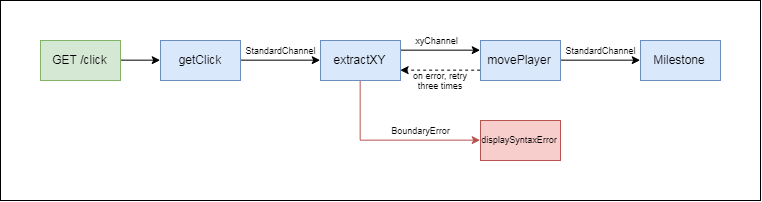
Earlier version of the draw.io export docs/flowExample.png (Emblem21-OpenSource/flownote). Source tidied: cells renumbered, new cells last; positions are measured from the earlier drawing's top-left corner, leaving out a move shared by most shapes. The source it was exported from:
```xml
<mxGraphModel>
  <root>
    <mxCell id="0" />
    <mxCell id="1" parent="0" />
    <mxCell id="2" style="rounded=0;whiteSpace=wrap;html=1;fontSize=9;" parent="1" vertex="1">
      <mxGeometry width="760" height="200" as="geometry" />
    </mxCell>
    <mxCell id="3" style="edgeStyle=orthogonalEdgeStyle;rounded=0;jettySize=auto;html=1;exitX=0.5;exitY=1;exitDx=0;exitDy=0;entryX=0;entryY=0.5;entryDx=0;entryDy=0;fontSize=9;fillColor=#f8cecc;strokeColor=#b85450;" parent="1" edge="1" source="5" target="11">
      <mxGeometry relative="1" as="geometry" />
    </mxCell>
    <mxCell id="4" style="edgeStyle=orthogonalEdgeStyle;rounded=0;jettySize=auto;html=1;exitX=1;exitY=0.25;exitDx=0;exitDy=0;entryX=0;entryY=0.25;entryDx=0;entryDy=0;fontSize=9;" parent="1" edge="1" source="5" target="8">
      <mxGeometry relative="1" as="geometry" />
    </mxCell>
    <mxCell id="5" value="extractXY" style="rounded=0;whiteSpace=wrap;html=1;fillColor=#dae8fc;strokeColor=#6c8ebf;" parent="1" vertex="1">
      <mxGeometry x="320" y="40" width="80" height="40" as="geometry" />
    </mxCell>
    <mxCell id="6" style="edgeStyle=orthogonalEdgeStyle;rounded=0;jettySize=auto;html=1;exitX=1;exitY=0.5;exitDx=0;exitDy=0;entryX=0;entryY=0.5;entryDx=0;entryDy=0;fontSize=9;" parent="1" edge="1" source="8" target="15">
      <mxGeometry relative="1" as="geometry" />
    </mxCell>
    <mxCell id="7" style="edgeStyle=orthogonalEdgeStyle;rounded=0;jettySize=auto;html=1;exitX=0;exitY=0.75;exitDx=0;exitDy=0;entryX=1;entryY=0.75;entryDx=0;entryDy=0;fontSize=9;dashed=1;" parent="1" edge="1" source="8" target="5">
      <mxGeometry relative="1" as="geometry" />
    </mxCell>
    <mxCell id="8" value="movePlayer" style="rounded=0;whiteSpace=wrap;html=1;fillColor=#dae8fc;strokeColor=#6c8ebf;" parent="1" vertex="1">
      <mxGeometry x="480" y="40" width="80" height="40" as="geometry" />
    </mxCell>
    <mxCell id="9" style="edgeStyle=orthogonalEdgeStyle;rounded=0;jettySize=auto;html=1;exitX=1;exitY=0.5;exitDx=0;exitDy=0;entryX=0;entryY=0.5;entryDx=0;entryDy=0;fontSize=9;" parent="1" edge="1" source="10" target="5">
      <mxGeometry relative="1" as="geometry" />
    </mxCell>
    <mxCell id="10" value="getClick" style="rounded=0;whiteSpace=wrap;html=1;fillColor=#dae8fc;strokeColor=#6c8ebf;" parent="1" vertex="1">
      <mxGeometry x="160" y="40" width="80" height="40" as="geometry" />
    </mxCell>
    <mxCell id="11" value="displaySyntaxError" style="rounded=0;whiteSpace=wrap;html=1;fillColor=#f8cecc;strokeColor=#b85450;fontSize=9;" parent="1" vertex="1">
      <mxGeometry x="480" y="120" width="80" height="40" as="geometry" />
    </mxCell>
    <mxCell id="12" value="xyChannel" style="text;html=1;strokeColor=none;fillColor=none;align=center;verticalAlign=middle;whiteSpace=wrap;rounded=0;fontSize=9;" parent="1" vertex="1">
      <mxGeometry x="416" y="30" width="40" height="20" as="geometry" />
    </mxCell>
    <mxCell id="13" value="BoundaryError" style="text;html=1;strokeColor=none;fillColor=none;align=center;verticalAlign=middle;whiteSpace=wrap;rounded=0;fontSize=9;" parent="1" vertex="1">
      <mxGeometry x="400" y="120" width="40" height="20" as="geometry" />
    </mxCell>
    <mxCell id="14" value="StandardChannel" style="text;html=1;strokeColor=none;fillColor=none;align=center;verticalAlign=middle;whiteSpace=wrap;rounded=0;fontSize=9;" parent="1" vertex="1">
      <mxGeometry x="260" y="40" width="40" height="20" as="geometry" />
    </mxCell>
    <mxCell id="15" value="Milestone" style="rounded=0;whiteSpace=wrap;html=1;fillColor=#dae8fc;strokeColor=#6c8ebf;" parent="1" vertex="1">
      <mxGeometry x="640" y="40" width="80" height="40" as="geometry" />
    </mxCell>
    <mxCell id="16" value="StandardChannel" style="text;html=1;strokeColor=none;fillColor=none;align=center;verticalAlign=middle;whiteSpace=wrap;rounded=0;fontSize=9;" parent="1" vertex="1">
      <mxGeometry x="580" y="40" width="40" height="20" as="geometry" />
    </mxCell>
    <mxCell id="17" value="on error, retry three times" style="text;html=1;strokeColor=none;fillColor=none;align=center;verticalAlign=middle;whiteSpace=wrap;rounded=0;fontSize=9;" parent="1" vertex="1">
      <mxGeometry x="410" y="70" width="60" height="20" as="geometry" />
    </mxCell>
    <mxCell id="18" style="edgeStyle=orthogonalEdgeStyle;rounded=0;jettySize=auto;html=1;exitX=1;exitY=0.5;exitDx=0;exitDy=0;entryX=0;entryY=0.5;entryDx=0;entryDy=0;fontSize=9;" parent="1" edge="1" source="19" target="10">
      <mxGeometry relative="1" as="geometry" />
    </mxCell>
    <mxCell id="19" value="GET /click" style="rounded=0;whiteSpace=wrap;html=1;fillColor=#d5e8d4;strokeColor=#82b366;" parent="1" vertex="1">
      <mxGeometry x="40" y="40" width="80" height="40" as="geometry" />
    </mxCell>
  </root>
</mxGraphModel>
```
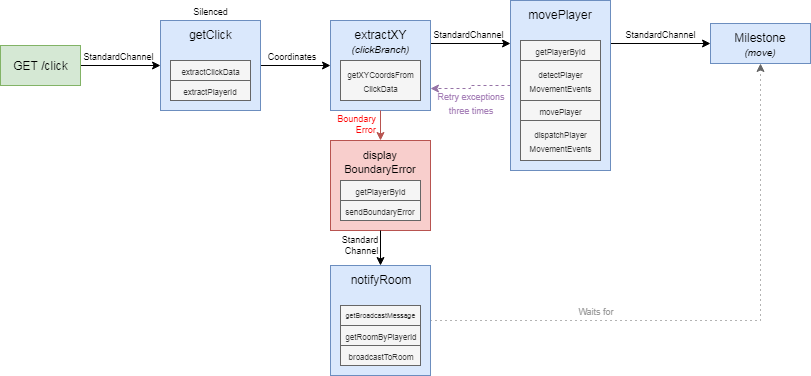
The same file after the commit.

The edit, as a diff of the source:
```diff
@@ -2,59 +2,117 @@
   <root>
     <mxCell id="0" />
     <mxCell id="1" parent="0" />
-    <mxCell id="2" style="rounded=0;whiteSpace=wrap;html=1;fontSize=9;" parent="1" vertex="1">
-      <mxGeometry width="760" height="200" as="geometry" />
-    </mxCell>
-    <mxCell id="3" style="edgeStyle=orthogonalEdgeStyle;rounded=0;jettySize=auto;html=1;exitX=0.5;exitY=1;exitDx=0;exitDy=0;entryX=0;entryY=0.5;entryDx=0;entryDy=0;fontSize=9;fillColor=#f8cecc;strokeColor=#b85450;" parent="1" edge="1" source="5" target="11">
-      <mxGeometry relative="1" as="geometry" />
-    </mxCell>
-    <mxCell id="4" style="edgeStyle=orthogonalEdgeStyle;rounded=0;jettySize=auto;html=1;exitX=1;exitY=0.25;exitDx=0;exitDy=0;entryX=0;entryY=0.25;entryDx=0;entryDy=0;fontSize=9;" parent="1" edge="1" source="5" target="8">
-      <mxGeometry relative="1" as="geometry" />
-    </mxCell>
-    <mxCell id="5" value="extractXY" style="rounded=0;whiteSpace=wrap;html=1;fillColor=#dae8fc;strokeColor=#6c8ebf;" parent="1" vertex="1">
-      <mxGeometry x="320" y="40" width="80" height="40" as="geometry" />
-    </mxCell>
-    <mxCell id="6" style="edgeStyle=orthogonalEdgeStyle;rounded=0;jettySize=auto;html=1;exitX=1;exitY=0.5;exitDx=0;exitDy=0;entryX=0;entryY=0.5;entryDx=0;entryDy=0;fontSize=9;" parent="1" edge="1" source="8" target="15">
-      <mxGeometry relative="1" as="geometry" />
-    </mxCell>
-    <mxCell id="7" style="edgeStyle=orthogonalEdgeStyle;rounded=0;jettySize=auto;html=1;exitX=0;exitY=0.75;exitDx=0;exitDy=0;entryX=1;entryY=0.75;entryDx=0;entryDy=0;fontSize=9;dashed=1;" parent="1" edge="1" source="8" target="5">
-      <mxGeometry relative="1" as="geometry" />
-    </mxCell>
-    <mxCell id="8" value="movePlayer" style="rounded=0;whiteSpace=wrap;html=1;fillColor=#dae8fc;strokeColor=#6c8ebf;" parent="1" vertex="1">
-      <mxGeometry x="480" y="40" width="80" height="40" as="geometry" />
-    </mxCell>
-    <mxCell id="9" style="edgeStyle=orthogonalEdgeStyle;rounded=0;jettySize=auto;html=1;exitX=1;exitY=0.5;exitDx=0;exitDy=0;entryX=0;entryY=0.5;entryDx=0;entryDy=0;fontSize=9;" parent="1" edge="1" source="10" target="5">
-      <mxGeometry relative="1" as="geometry" />
-    </mxCell>
-    <mxCell id="10" value="getClick" style="rounded=0;whiteSpace=wrap;html=1;fillColor=#dae8fc;strokeColor=#6c8ebf;" parent="1" vertex="1">
-      <mxGeometry x="160" y="40" width="80" height="40" as="geometry" />
-    </mxCell>
-    <mxCell id="11" value="displaySyntaxError" style="rounded=0;whiteSpace=wrap;html=1;fillColor=#f8cecc;strokeColor=#b85450;fontSize=9;" parent="1" vertex="1">
-      <mxGeometry x="480" y="120" width="80" height="40" as="geometry" />
-    </mxCell>
-    <mxCell id="12" value="xyChannel" style="text;html=1;strokeColor=none;fillColor=none;align=center;verticalAlign=middle;whiteSpace=wrap;rounded=0;fontSize=9;" parent="1" vertex="1">
-      <mxGeometry x="416" y="30" width="40" height="20" as="geometry" />
-    </mxCell>
-    <mxCell id="13" value="BoundaryError" style="text;html=1;strokeColor=none;fillColor=none;align=center;verticalAlign=middle;whiteSpace=wrap;rounded=0;fontSize=9;" parent="1" vertex="1">
-      <mxGeometry x="400" y="120" width="40" height="20" as="geometry" />
-    </mxCell>
-    <mxCell id="14" value="StandardChannel" style="text;html=1;strokeColor=none;fillColor=none;align=center;verticalAlign=middle;whiteSpace=wrap;rounded=0;fontSize=9;" parent="1" vertex="1">
-      <mxGeometry x="260" y="40" width="40" height="20" as="geometry" />
-    </mxCell>
-    <mxCell id="15" value="Milestone" style="rounded=0;whiteSpace=wrap;html=1;fillColor=#dae8fc;strokeColor=#6c8ebf;" parent="1" vertex="1">
-      <mxGeometry x="640" y="40" width="80" height="40" as="geometry" />
-    </mxCell>
-    <mxCell id="16" value="StandardChannel" style="text;html=1;strokeColor=none;fillColor=none;align=center;verticalAlign=middle;whiteSpace=wrap;rounded=0;fontSize=9;" parent="1" vertex="1">
-      <mxGeometry x="580" y="40" width="40" height="20" as="geometry" />
-    </mxCell>
-    <mxCell id="17" value="on error, retry three times" style="text;html=1;strokeColor=none;fillColor=none;align=center;verticalAlign=middle;whiteSpace=wrap;rounded=0;fontSize=9;" parent="1" vertex="1">
-      <mxGeometry x="410" y="70" width="60" height="20" as="geometry" />
-    </mxCell>
-    <mxCell id="18" style="edgeStyle=orthogonalEdgeStyle;rounded=0;jettySize=auto;html=1;exitX=1;exitY=0.5;exitDx=0;exitDy=0;entryX=0;entryY=0.5;entryDx=0;entryDy=0;fontSize=9;" parent="1" edge="1" source="19" target="10">
+    <mxCell id="18" style="edgeStyle=orthogonalEdgeStyle;rounded=0;jettySize=auto;html=1;exitX=1;exitY=0.5;exitDx=0;exitDy=0;entryX=0;entryY=0.5;entryDx=0;entryDy=0;" parent="1" edge="1" source="19" target="10">
       <mxGeometry relative="1" as="geometry" />
     </mxCell>
     <mxCell id="19" value="GET /click" style="rounded=0;whiteSpace=wrap;html=1;fillColor=#d5e8d4;strokeColor=#82b366;" parent="1" vertex="1">
-      <mxGeometry x="40" y="40" width="80" height="40" as="geometry" />
+      <mxGeometry x="20" y="65" width="80" height="40" as="geometry" />
     </mxCell>
+    <mxCell id="20" style="edgeStyle=orthogonalEdgeStyle;rounded=0;jettySize=auto;html=1;exitX=1;exitY=0.5;exitDx=0;exitDy=0;entryX=0;entryY=0.5;entryDx=0;entryDy=0;" parent="1" edge="1" source="10" target="22">
+      <mxGeometry relative="1" as="geometry" />
+    </mxCell>
+    <mxCell id="10" value="getClick" style="rounded=0;whiteSpace=wrap;html=1;fillColor=#dae8fc;strokeColor=#6c8ebf;verticalAlign=top;" parent="1" vertex="1">
+      <mxGeometry x="180" y="40" width="100" height="90" as="geometry" />
+    </mxCell>
+    <mxCell id="21" style="edgeStyle=orthogonalEdgeStyle;rounded=0;jettySize=auto;html=1;exitX=1;exitY=0.25;exitDx=0;exitDy=0;entryX=0;entryY=0.25;entryDx=0;entryDy=0;" parent="1" edge="1" source="22" target="25">
+      <mxGeometry relative="1" as="geometry" />
+    </mxCell>
+    <mxCell id="22" value="extractXY&lt;br&gt;&lt;i&gt;&lt;font style=&quot;font-size: 10px&quot;&gt;(clickBranch)&lt;/font&gt;&lt;/i&gt;&lt;br&gt;" style="rounded=0;whiteSpace=wrap;html=1;fillColor=#dae8fc;strokeColor=#6c8ebf;verticalAlign=top;" parent="1" vertex="1">
+      <mxGeometry x="350" y="40" width="100" height="90" as="geometry" />
+    </mxCell>
+    <mxCell id="23" style="edgeStyle=orthogonalEdgeStyle;rounded=0;jettySize=auto;html=1;exitX=0;exitY=0.5;exitDx=0;exitDy=0;entryX=1;entryY=0.75;entryDx=0;entryDy=0;dashed=1;fillColor=#e1d5e7;strokeColor=#9673a6;" parent="1" edge="1" source="25" target="22">
+      <mxGeometry relative="1" as="geometry" />
+    </mxCell>
+    <mxCell id="24" style="edgeStyle=orthogonalEdgeStyle;rounded=0;jettySize=auto;html=1;exitX=1;exitY=0.25;exitDx=0;exitDy=0;entryX=0;entryY=0.5;entryDx=0;entryDy=0;fontColor=#999999;" parent="1" edge="1" source="25" target="50">
+      <mxGeometry relative="1" as="geometry" />
+    </mxCell>
+    <mxCell id="25" value="movePlayer" style="rounded=0;whiteSpace=wrap;html=1;fillColor=#dae8fc;strokeColor=#6c8ebf;verticalAlign=top;" parent="1" vertex="1">
+      <mxGeometry x="530" y="20" width="100" height="170" as="geometry" />
+    </mxCell>
+    <mxCell id="26" value="&lt;font style=&quot;font-size: 11px&quot;&gt;display&lt;br&gt;BoundaryError&lt;/font&gt;" style="rounded=0;whiteSpace=wrap;html=1;fillColor=#f8cecc;strokeColor=#b85450;verticalAlign=top;" parent="1" vertex="1">
+      <mxGeometry x="350" y="160" width="100" height="90" as="geometry" />
+    </mxCell>
+    <mxCell id="27" style="edgeStyle=orthogonalEdgeStyle;rounded=0;jettySize=auto;html=1;exitX=1;exitY=0.5;exitDx=0;exitDy=0;fontColor=#999999;dashed=1;dashPattern=1 4;fillColor=#f5f5f5;strokeColor=#666666;entryX=0.5;entryY=1;entryDx=0;entryDy=0;" parent="1" edge="1" source="28" target="50">
+      <mxGeometry relative="1" as="geometry" />
+    </mxCell>
+    <mxCell id="28" value="notifyRoom" style="rounded=0;whiteSpace=wrap;html=1;fillColor=#dae8fc;strokeColor=#6c8ebf;verticalAlign=top;" parent="1" vertex="1">
+      <mxGeometry x="350" y="285" width="100" height="110" as="geometry" />
+    </mxCell>
+    <mxCell id="29" value="&lt;font style=&quot;font-size: 9px&quot;&gt;StandardChannel&lt;/font&gt;" style="text;html=1;strokeColor=none;fillColor=none;align=center;verticalAlign=middle;whiteSpace=wrap;rounded=0;" parent="1" vertex="1">
+      <mxGeometry x="103" y="65" width="70" height="20" as="geometry" />
+    </mxCell>
+    <mxCell id="30" value="&lt;font style=&quot;font-size: 9px&quot;&gt;Coordinates&lt;/font&gt;" style="text;html=1;strokeColor=none;fillColor=none;align=center;verticalAlign=middle;whiteSpace=wrap;rounded=0;" parent="1" vertex="1">
+      <mxGeometry x="281" y="65" width="60" height="20" as="geometry" />
+    </mxCell>
+    <mxCell id="31" value="&lt;font style=&quot;font-size: 9px&quot;&gt;StandardChannel&lt;/font&gt;" style="text;html=1;strokeColor=none;fillColor=none;align=center;verticalAlign=middle;whiteSpace=wrap;rounded=0;" parent="1" vertex="1">
+      <mxGeometry x="453" y="43" width="70" height="20" as="geometry" />
+    </mxCell>
+    <mxCell id="32" value="&lt;font style=&quot;font-size: 9px&quot;&gt;Retry exceptions&lt;br&gt;three times&lt;br&gt;&lt;/font&gt;" style="text;html=1;strokeColor=none;fillColor=none;align=center;verticalAlign=middle;whiteSpace=wrap;rounded=0;fontColor=#A680B8;" parent="1" vertex="1">
+      <mxGeometry x="450" y="107" width="80" height="30" as="geometry" />
+    </mxCell>
+    <mxCell id="33" value="&lt;font style=&quot;font-size: 9px&quot;&gt;Boundary&lt;br&gt;&lt;div style=&quot;text-align: right&quot;&gt;&lt;span&gt;Error&lt;/span&gt;&lt;/div&gt;&lt;/font&gt;" style="text;html=1;strokeColor=none;fillColor=none;align=center;verticalAlign=middle;whiteSpace=wrap;rounded=0;fontColor=#FF0000;" parent="1" vertex="1">
+      <mxGeometry x="356" y="132" width="40" height="20" as="geometry" />
+    </mxCell>
+    <mxCell id="34" value="&lt;font style=&quot;font-size: 9px&quot;&gt;Standard&lt;br&gt;&lt;div style=&quot;text-align: right&quot;&gt;&lt;span&gt;Channel&lt;/span&gt;&lt;/div&gt;&lt;/font&gt;" style="text;html=1;strokeColor=none;fillColor=none;align=center;verticalAlign=middle;whiteSpace=wrap;rounded=0;" parent="1" vertex="1">
+      <mxGeometry x="359" y="253" width="40" height="20" as="geometry" />
+    </mxCell>
+    <mxCell id="35" value="&lt;font style=&quot;font-size: 9px&quot;&gt;Waits for&lt;/font&gt;" style="text;html=1;strokeColor=none;fillColor=none;align=center;verticalAlign=middle;whiteSpace=wrap;rounded=0;fontColor=#999999;" parent="1" vertex="1">
+      <mxGeometry x="450" y="320" width="330" height="20" as="geometry" />
+    </mxCell>
+    <mxCell id="36" value="&lt;font style=&quot;font-size: 8px&quot;&gt;extractClickData&lt;/font&gt;" style="rounded=0;whiteSpace=wrap;html=1;fontColor=#333333;fillColor=#f5f5f5;strokeColor=#666666;" parent="1" vertex="1">
+      <mxGeometry x="190" y="80" width="80" height="20" as="geometry" />
+    </mxCell>
+    <mxCell id="37" value="&lt;font style=&quot;font-size: 8px&quot;&gt;extractPlayerId&lt;/font&gt;" style="rounded=0;whiteSpace=wrap;html=1;fontColor=#333333;fillColor=#f5f5f5;strokeColor=#666666;" parent="1" vertex="1">
+      <mxGeometry x="190" y="100" width="80" height="20" as="geometry" />
+    </mxCell>
+    <mxCell id="38" style="edgeStyle=orthogonalEdgeStyle;rounded=0;jettySize=auto;html=1;entryX=0.5;entryY=0;entryDx=0;entryDy=0;fontColor=#999999;fillColor=#f8cecc;strokeColor=#b85450;" parent="1" edge="1" target="26">
+      <mxGeometry relative="1" as="geometry">
+        <mxPoint x="400" y="130" as="sourcePoint" />
+      </mxGeometry>
+    </mxCell>
+    <mxCell id="39" value="&lt;font style=&quot;font-size: 8px&quot;&gt;getXYCoordsFrom&lt;br&gt;ClickData&lt;/font&gt;" style="rounded=0;whiteSpace=wrap;html=1;fontColor=#333333;fillColor=#f5f5f5;strokeColor=#666666;" parent="1" vertex="1">
+      <mxGeometry x="360" y="80" width="80" height="40" as="geometry" />
+    </mxCell>
+    <mxCell id="40" value="&lt;font style=&quot;font-size: 8px&quot;&gt;getPlayerById&lt;/font&gt;" style="rounded=0;whiteSpace=wrap;html=1;fontColor=#333333;fillColor=#f5f5f5;strokeColor=#666666;" parent="1" vertex="1">
+      <mxGeometry x="540" y="60" width="80" height="20" as="geometry" />
+    </mxCell>
+    <mxCell id="41" value="&lt;font style=&quot;font-size: 8px&quot;&gt;detectPlayer&lt;br&gt;MovementEvents&lt;/font&gt;" style="rounded=0;whiteSpace=wrap;html=1;fontColor=#333333;fillColor=#f5f5f5;strokeColor=#666666;" parent="1" vertex="1">
+      <mxGeometry x="540" y="80" width="80" height="40" as="geometry" />
+    </mxCell>
+    <mxCell id="42" value="&lt;font style=&quot;font-size: 8px&quot;&gt;movePlayer&lt;/font&gt;" style="rounded=0;whiteSpace=wrap;html=1;fontColor=#333333;fillColor=#f5f5f5;strokeColor=#666666;" parent="1" vertex="1">
+      <mxGeometry x="540" y="120" width="80" height="20" as="geometry" />
+    </mxCell>
+    <mxCell id="43" value="&lt;span&gt;&lt;font style=&quot;font-size: 8px&quot;&gt;dispatchPlayer&lt;br&gt;MovementEvents&lt;/font&gt;&lt;/span&gt;" style="rounded=0;whiteSpace=wrap;html=1;fontColor=#333333;fillColor=#f5f5f5;strokeColor=#666666;" parent="1" vertex="1">
+      <mxGeometry x="540" y="140" width="80" height="40" as="geometry" />
+    </mxCell>
+    <mxCell id="44" value="&lt;font style=&quot;font-size: 8px&quot;&gt;getPlayerById&lt;/font&gt;" style="rounded=0;whiteSpace=wrap;html=1;fontColor=#333333;fillColor=#f5f5f5;strokeColor=#666666;" parent="1" vertex="1">
+      <mxGeometry x="360" y="200" width="80" height="20" as="geometry" />
+    </mxCell>
+    <mxCell id="45" style="edgeStyle=orthogonalEdgeStyle;rounded=0;jettySize=auto;html=1;entryX=0.5;entryY=0;entryDx=0;entryDy=0;fontColor=#999999;" parent="1" edge="1" target="28">
+      <mxGeometry relative="1" as="geometry">
+        <mxPoint x="400" y="250" as="sourcePoint" />
+      </mxGeometry>
+    </mxCell>
+    <mxCell id="46" value="&lt;font style=&quot;font-size: 8px&quot;&gt;sendBoundaryError&lt;/font&gt;" style="rounded=0;whiteSpace=wrap;html=1;fontColor=#333333;fillColor=#f5f5f5;strokeColor=#666666;" parent="1" vertex="1">
+      <mxGeometry x="360" y="220" width="80" height="20" as="geometry" />
+    </mxCell>
+    <mxCell id="47" value="&lt;font style=&quot;font-size: 7px;&quot;&gt;getBroadcastMessage&lt;/font&gt;" style="rounded=0;whiteSpace=wrap;html=1;fontColor=#333333;fillColor=#f5f5f5;strokeColor=#666666;fontSize=7;" parent="1" vertex="1">
+      <mxGeometry x="360" y="325" width="80" height="20" as="geometry" />
+    </mxCell>
+    <mxCell id="48" value="&lt;font style=&quot;font-size: 8px&quot;&gt;getRoomByPlayerId&lt;/font&gt;" style="rounded=0;whiteSpace=wrap;html=1;fontColor=#333333;fillColor=#f5f5f5;strokeColor=#666666;" parent="1" vertex="1">
+      <mxGeometry x="360" y="345" width="80" height="20" as="geometry" />
+    </mxCell>
+    <mxCell id="49" value="&lt;font style=&quot;font-size: 8px&quot;&gt;broadcastToRoom&lt;/font&gt;" style="rounded=0;whiteSpace=wrap;html=1;fontColor=#333333;fillColor=#f5f5f5;strokeColor=#666666;" parent="1" vertex="1">
+      <mxGeometry x="360" y="365" width="80" height="20" as="geometry" />
+    </mxCell>
+    <mxCell id="50" value="Milestone&lt;br&gt;&lt;font style=&quot;font-size: 10px&quot;&gt;&lt;i&gt;(move)&lt;/i&gt;&lt;/font&gt;&lt;br&gt;" style="rounded=0;whiteSpace=wrap;html=1;fillColor=#dae8fc;strokeColor=#6c8ebf;verticalAlign=top;" parent="1" vertex="1">
+      <mxGeometry x="730" y="43" width="100" height="40" as="geometry" />
+    </mxCell>
+    <mxCell id="51" value="&lt;font style=&quot;font-size: 9px&quot;&gt;StandardChannel&lt;/font&gt;" style="text;html=1;strokeColor=none;fillColor=none;align=center;verticalAlign=middle;whiteSpace=wrap;rounded=0;" parent="1" vertex="1">
+      <mxGeometry x="630" y="43" width="100" height="20" as="geometry" />
+    </mxCell>
+    <mxCell id="52" value="&lt;font style=&quot;font-size: 9px&quot;&gt;Silenced&lt;/font&gt;" style="text;html=1;strokeColor=none;fillColor=none;align=center;verticalAlign=middle;whiteSpace=wrap;rounded=0;" parent="1" vertex="1">
+      <mxGeometry x="195" y="20" width="70" height="20" as="geometry" />
+    </mxCell>
   </root>
 </mxGraphModel>
```
